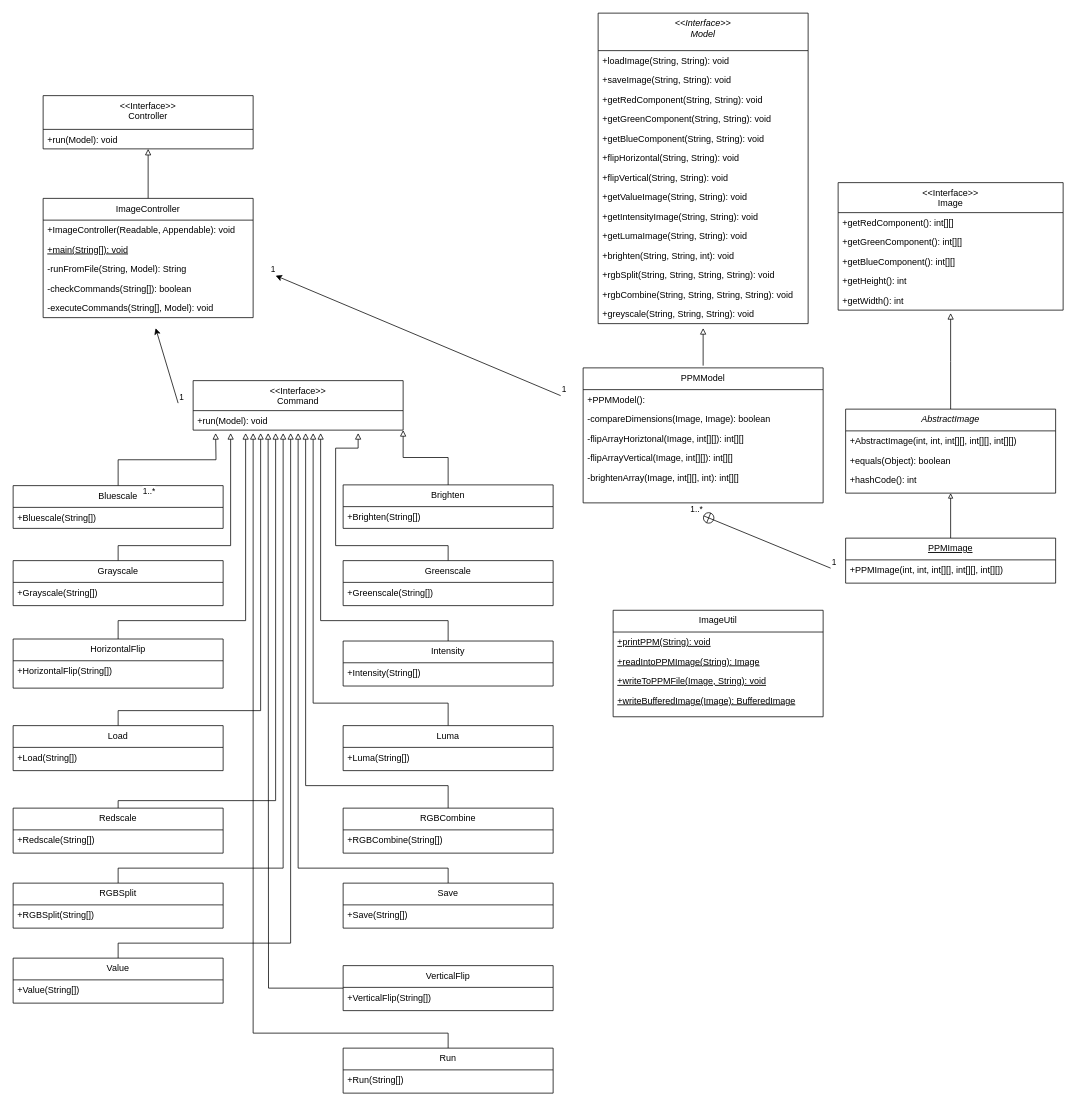
The draw.io diagram Class Diagram.drawio in Brian-T-Horner/CS5010-Assignment4, before the edit. Source tidied: cells renumbered, new cells numbered last; positions are measured from the earlier drawing's top-left corner, leaving out a move shared by most shapes. Both pictures are drawn from the tidied source at 75%, with x=0, y=0 at pixel (13, 13).
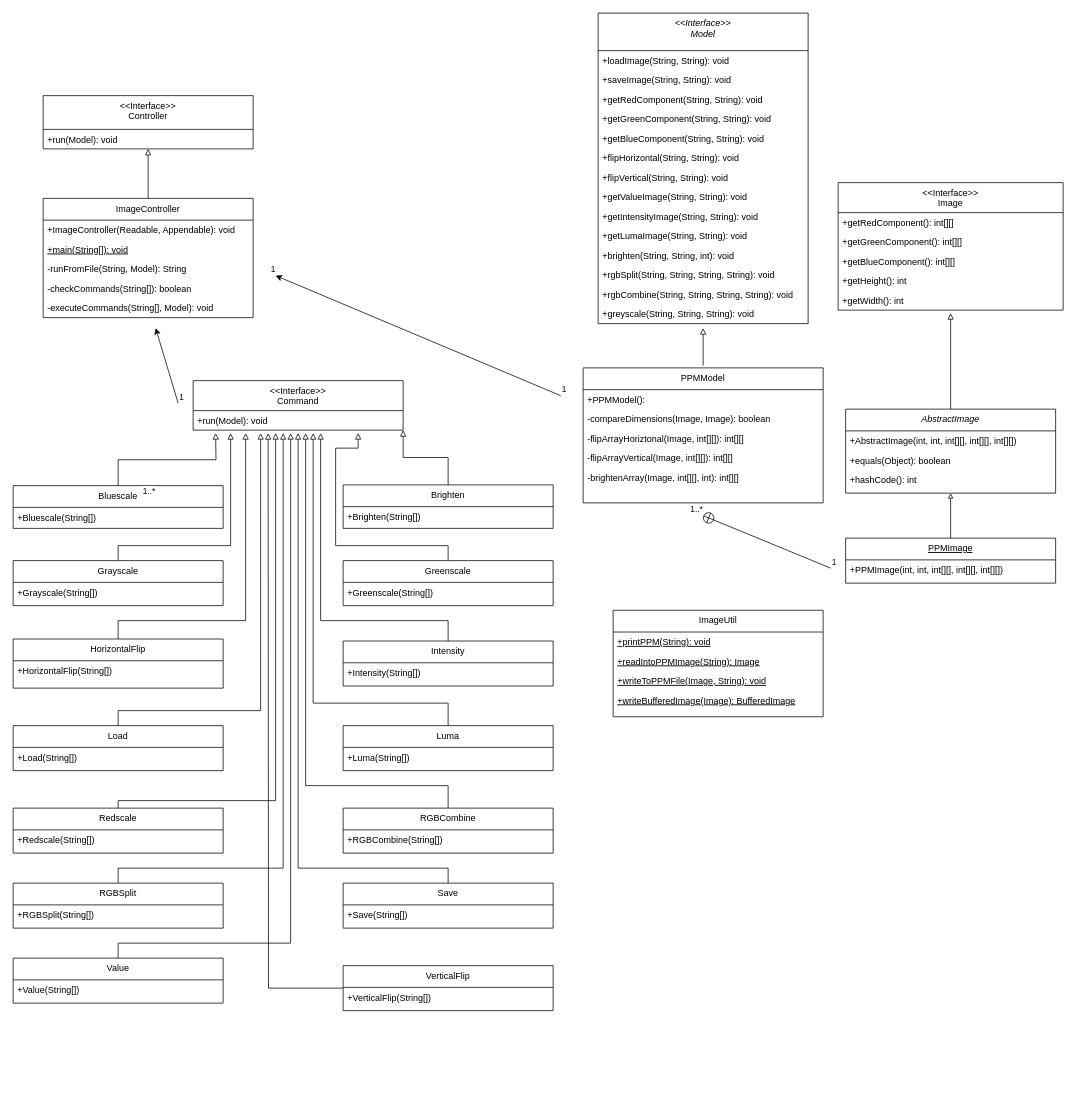
After the change.

Commit message:
Removed run command

Diff of the diagram source:
```diff
@@
-    <mxCell id="105" style="edgeStyle=orthogonalEdgeStyle;rounded=0;jettySize=auto;html=1;exitX=0.5;exitY=0;exitDx=0;exitDy=0;endArrow=block;endFill=0;" parent="1" edge="1" source="106">
-      <mxGeometry relative="1" as="geometry">
-        <mxPoint x="320" y="560" as="targetPoint" />
-        <Array as="points">
-          <mxPoint x="580" y="1360" />
-          <mxPoint x="320" y="1360" />
-        </Array>
-      </mxGeometry>
-    </mxCell>
-    <mxCell id="106" value="Run" style="swimlane;fontStyle=0;align=center;verticalAlign=top;horizontal=1;startSize=29;rounded=0;shadow=0;strokeWidth=1;" parent="1" vertex="1">
-      <mxGeometry x="440" y="1380" width="280" height="60" as="geometry" />
-    </mxCell>
-    <mxCell id="107" value="+Run(String[])" style="text;align=left;verticalAlign=top;spacingLeft=4;spacingRight=4;overflow=hidden;fontStyle=0;" parent="106" vertex="1">
-      <mxGeometry y="29" width="280" height="26" as="geometry" />
-    </mxCell>
```
